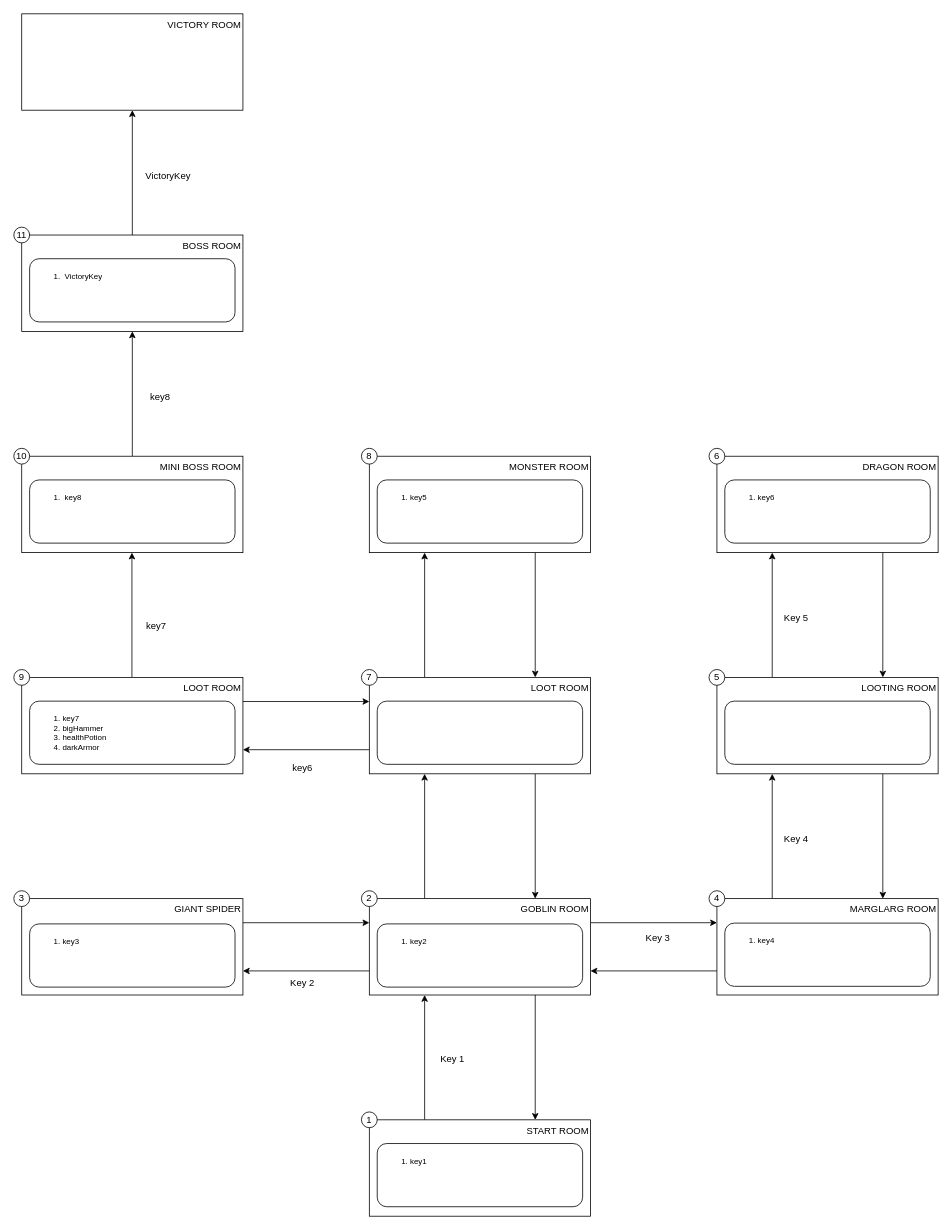
AlessioChecchin/text_adventure keeps this draw.io diagram as docs/assets/map.drawio. Above is the earlier version. Source tidied: cells renumbered, new cells numbered last; positions are measured from the earlier drawing's top-left corner, leaving out a move shared by most shapes. Both pictures are drawn from the tidied source at 79%, with x=0, y=0 at pixel (13, 13).
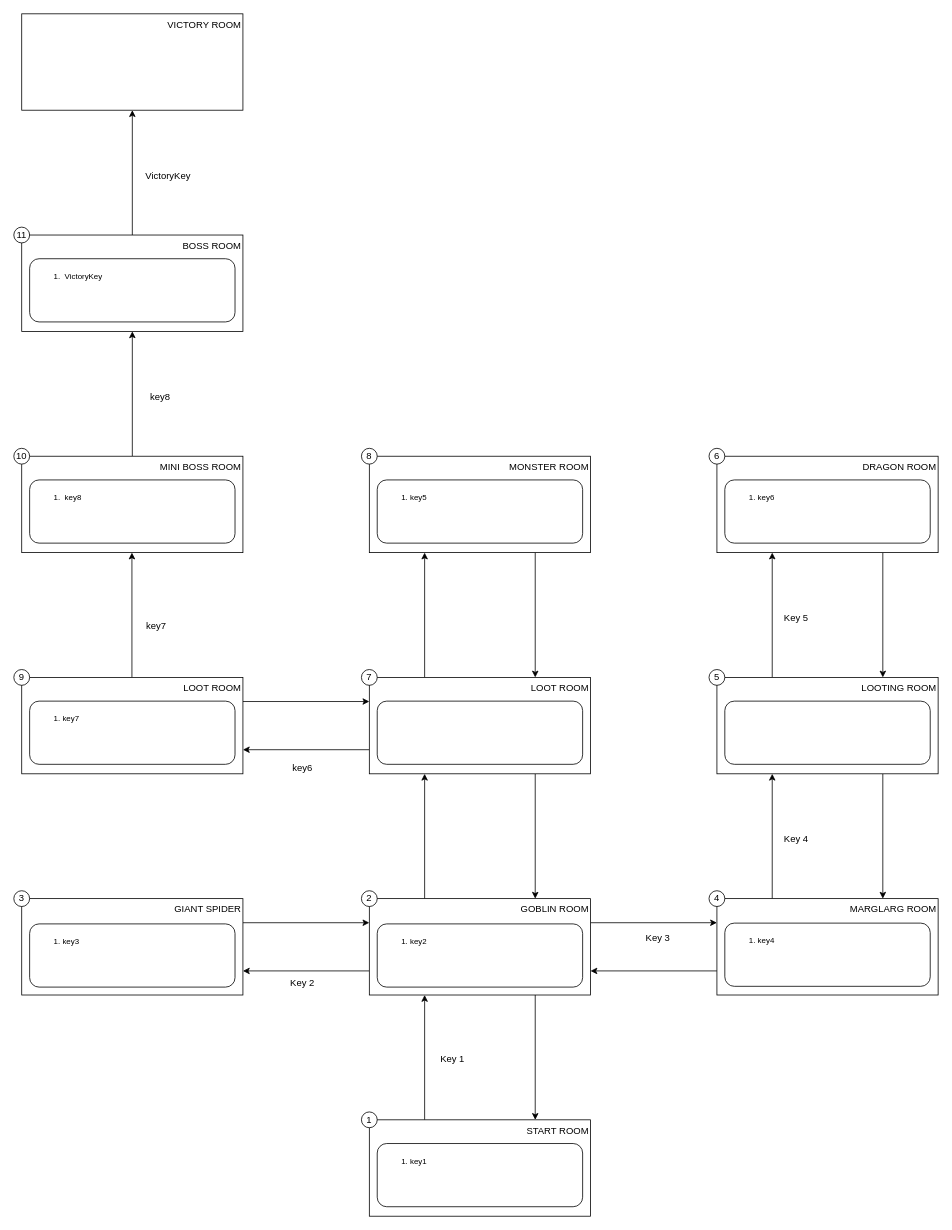
The same page after the edit.

Commit message (it also covers changes not shown here):
Fix typo map

The edit, as a diff of the source:
```diff
@@
-    <mxCell id="57" value="&lt;ol style=&quot;font-size: 10px;&quot;&gt;&lt;li&gt;key7&lt;/li&gt;&lt;li&gt;bigHammer&lt;/li&gt;&lt;li&gt;healthPotion&lt;/li&gt;&lt;li&gt;darkArmor&lt;/li&gt;&lt;/ol&gt;" style="rounded=1;whiteSpace=wrap;html=1;align=left;verticalAlign=top;" parent="1" vertex="1">
+    <mxCell id="57" value="&lt;ol style=&quot;font-size: 10px;&quot;&gt;&lt;li&gt;key7&lt;/li&gt;&lt;/ol&gt;" style="rounded=1;whiteSpace=wrap;html=1;align=left;verticalAlign=top;" parent="1" vertex="1">
       <mxGeometry x="20" y="870" width="260" height="80" as="geometry" />
     </mxCell>
```
